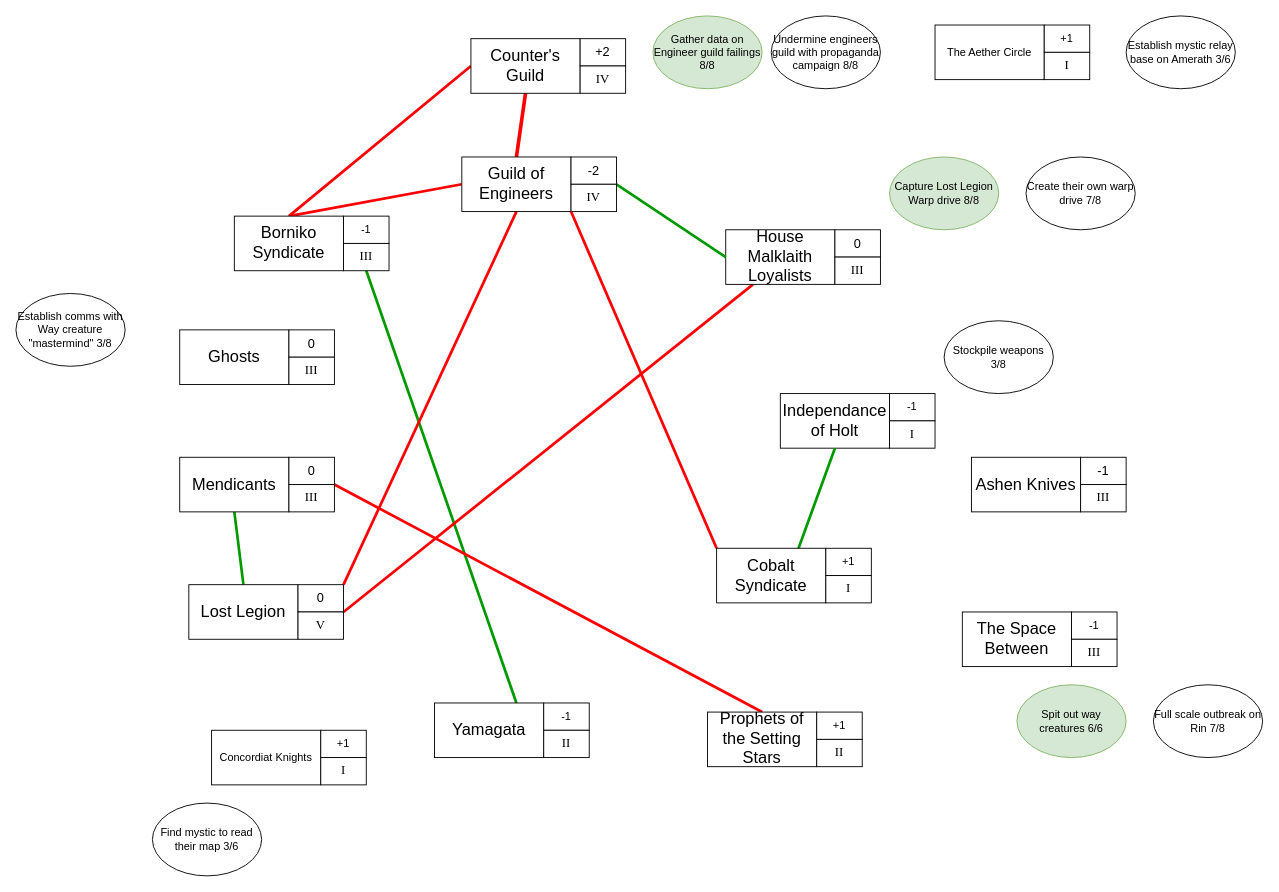
Before: SaV_Season2.drawio in decyne/rpg-prep, a draw.io diagram. Source tidied: cells renumbered, new cells numbered last; positions are measured from the earlier drawing's top-left corner, leaving out a move shared by most shapes. Both pictures are drawn from the tidied source at 91%, with x=0, y=0 at pixel (15, 15).
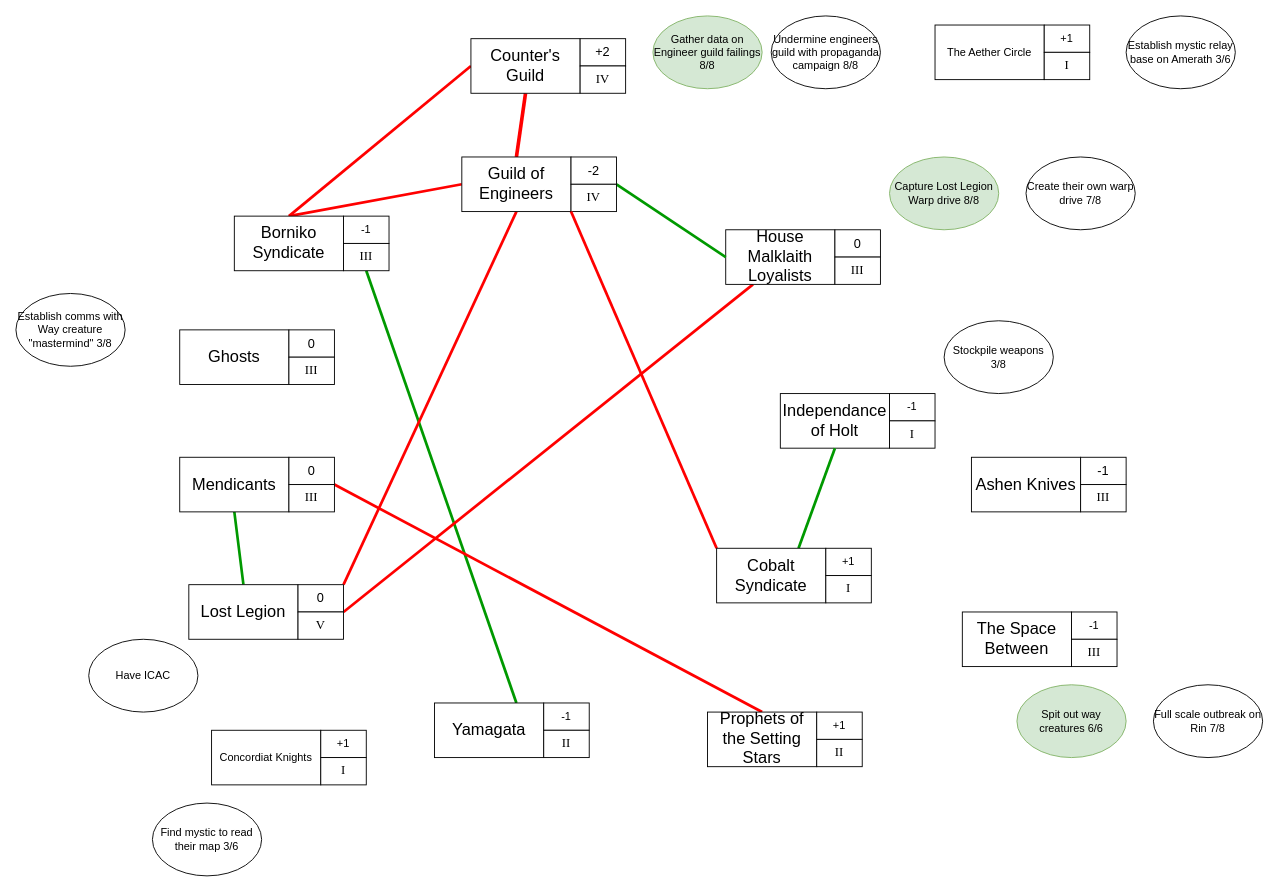
The same page after the edit.

Change to the diagram source:
```diff
@@
+    <mxCell id="68" value="Have ICAC" style="ellipse;whiteSpace=wrap;html=1;" parent="1" vertex="1">
+      <mxGeometry x="80" y="685" width="120" height="80" as="geometry" />
+    </mxCell>
```
